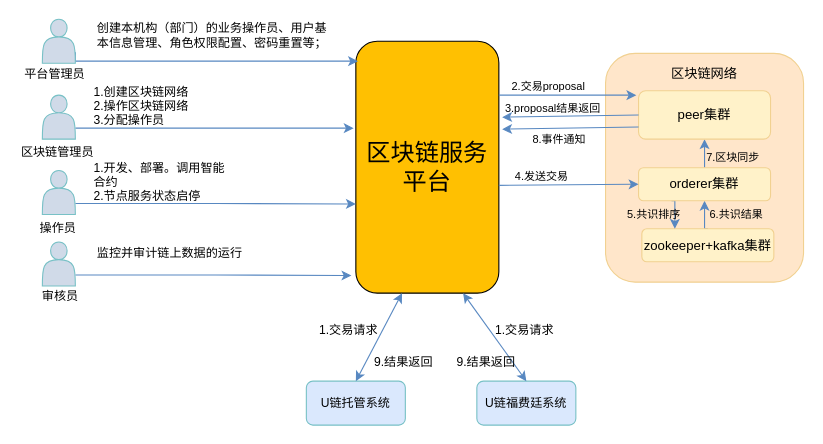
Earlier version of the draw.io diagram repository/drawio/postb/系统上下文.drawio (dilide/collections). Source tidied: cells renumbered, new cells numbered last; positions are measured from the earlier drawing's top-left corner, leaving out a move shared by most shapes. Both pictures are drawn from the tidied source at 110%, with x=0, y=0 at pixel (19, 19).
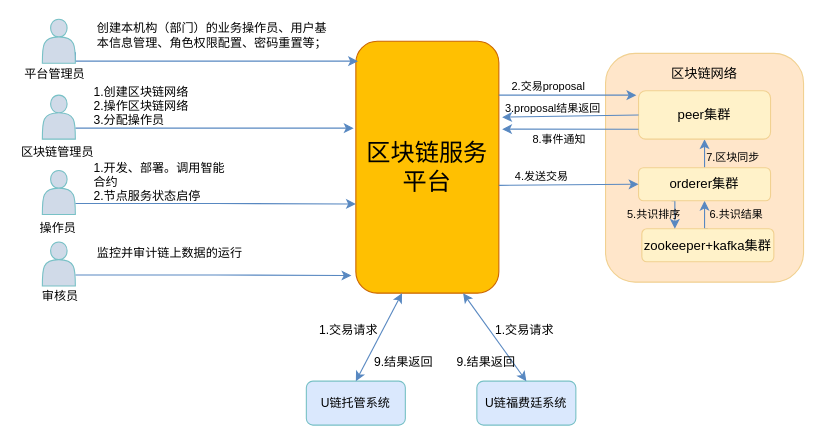
The same diagram, later.

Commit message (it also covers changes not shown here):
Update 系统上下文.drawio

The change refers to these unchanged cells:
```xml
<mxCell id="34" value="peer集群" style="rounded=1;whiteSpace=wrap;html=1;fillColor=#FFF2C9;fontSize=12;align=center;strokeColor=#F1D191;" parent="1" vertex="1">
  <mxGeometry x="563" y="65" width="120" height="44" as="geometry" />
</mxCell>
```

What changed in the source:
```diff
@@
-    <mxCell id="2" value="区块链服务平台" style="rounded=1;whiteSpace=wrap;html=1;fillColor=#FFC001;fontSize=22;" parent="1" vertex="1">
+    <mxCell id="2" value="区块链服务平台" style="rounded=1;whiteSpace=wrap;html=1;fillColor=#FFC001;fontSize=22;strokeColor=#CC6600;" parent="1" vertex="1">
       <mxGeometry x="306" y="20" width="130" height="229" as="geometry" />
     </mxCell>
@@
-    <mxCell id="44" style="endArrow=classic;html=1;fontSize=10;exitX=0;exitY=0.75;exitDx=0;exitDy=0;entryX=1.023;entryY=0.349;entryDx=0;entryDy=0;entryPerimeter=0;strokeColor=#5888C1;" parent="1" edge="1" source="34" target="2">
-      <mxGeometry relative="1" as="geometry" />
+    <mxCell id="44" style="endArrow=classic;html=1;fontSize=10;entryX=1.023;entryY=0.349;entryDx=0;entryDy=0;entryPerimeter=0;strokeColor=#5888C1;" parent="1" edge="1" target="2">
+      <mxGeometry relative="1" as="geometry">
+        <mxPoint x="563" y="100" as="sourcePoint" />
+      </mxGeometry>
     </mxCell>
```
